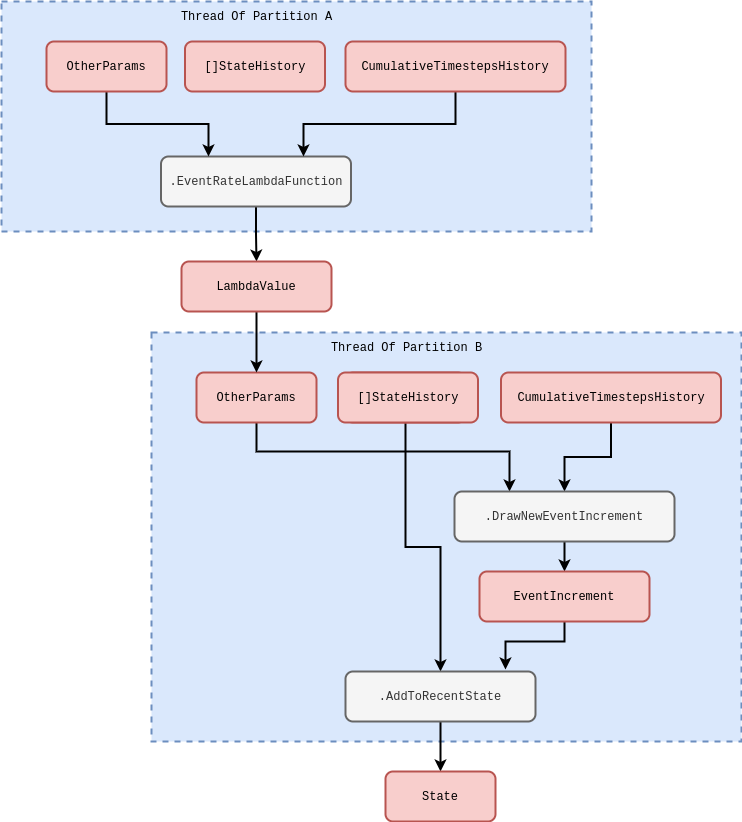
Before: assets/stochadexI/stochadexI-inhomo-poisson-parallel-serial.drawio.png, a diagram exported from draw.io (umbralcalc/umbralcalc.github.io). Source tidied: cells renumbered, new cells last; positions are measured from the earlier drawing's top-left corner, leaving out a move shared by most shapes.
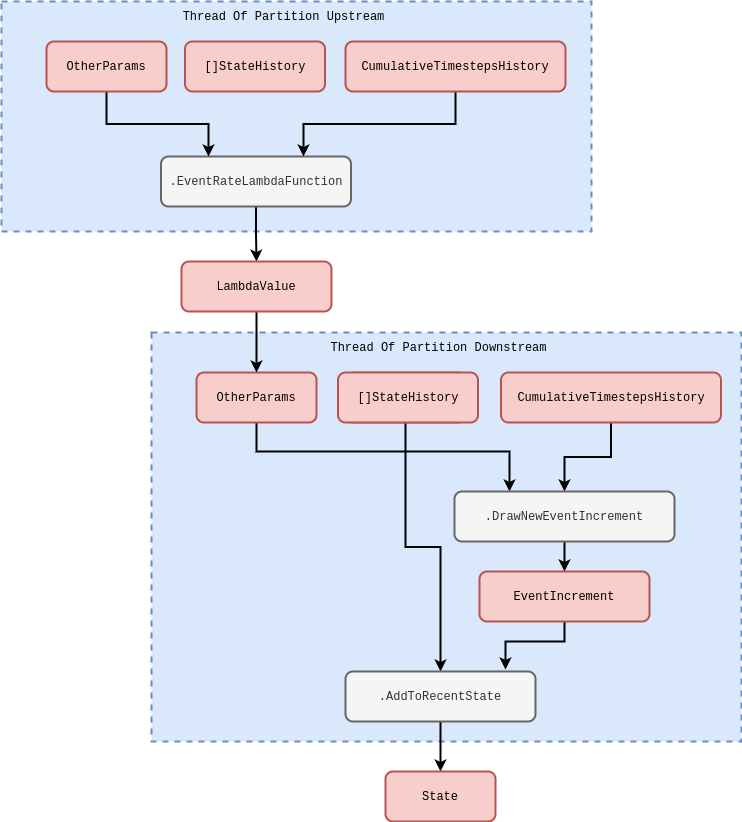
After the change.

What changed in the source:
```diff
@@ -49,11 +49,11 @@
     <mxCell id="15" style="edgeStyle=orthogonalEdgeStyle;rounded=0;jettySize=auto;html=1;entryX=0.75;entryY=0;entryDx=0;entryDy=0;strokeWidth=2;exitX=0.5;exitY=1;exitDx=0;exitDy=0;" parent="1" edge="1" source="18" target="11">
       <mxGeometry relative="1" as="geometry" />
     </mxCell>
-    <mxCell id="16" value="&lt;font face=&quot;Courier New&quot;&gt;Thread Of Partition A&lt;/font&gt;" style="text;html=1;strokeColor=none;fillColor=none;align=center;verticalAlign=middle;whiteSpace=wrap;rounded=0;" parent="1" vertex="1">
-      <mxGeometry x="173.5" width="163" height="30" as="geometry" />
+    <mxCell id="16" value="&lt;font face=&quot;Courier New&quot;&gt;Thread Of Partition Upstream&lt;/font&gt;" style="text;html=1;strokeColor=none;fillColor=none;align=center;verticalAlign=middle;whiteSpace=wrap;rounded=0;" parent="1" vertex="1">
+      <mxGeometry x="173.5" width="216.5" height="30" as="geometry" />
     </mxCell>
-    <mxCell id="17" value="&lt;font face=&quot;Courier New&quot;&gt;Thread Of Partition B&lt;/font&gt;" style="text;html=1;strokeColor=none;fillColor=none;align=center;verticalAlign=middle;whiteSpace=wrap;rounded=0;" parent="1" vertex="1">
-      <mxGeometry x="323.5" y="331" width="163" height="30" as="geometry" />
+    <mxCell id="17" value="&lt;font face=&quot;Courier New&quot;&gt;Thread Of Partition Downstream&lt;/font&gt;" style="text;html=1;strokeColor=none;fillColor=none;align=center;verticalAlign=middle;whiteSpace=wrap;rounded=0;" parent="1" vertex="1">
+      <mxGeometry x="323.5" y="331" width="226.5" height="30" as="geometry" />
     </mxCell>
     <mxCell id="18" value="&lt;font face=&quot;Courier New&quot;&gt;CumulativeTimestepsHistory&lt;/font&gt;" style="rounded=1;whiteSpace=wrap;html=1;strokeWidth=2;fillColor=#f8cecc;strokeColor=#b85450;" parent="1" vertex="1">
       <mxGeometry x="344" y="40" width="220" height="50" as="geometry" />
```
